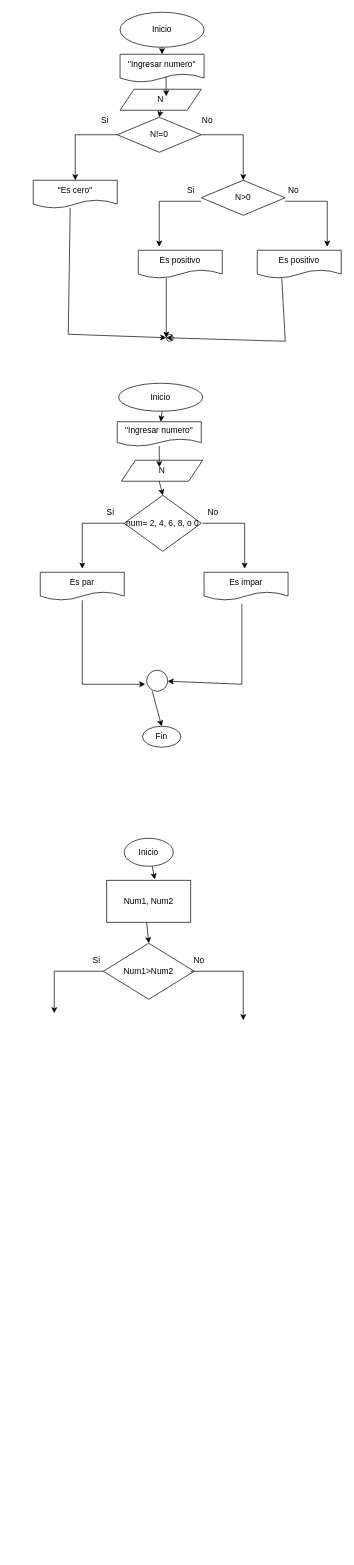
Above: Diagrama sin título.drawio in CarlosEduardoRdz/METPROG (draw.io), before the change. Source tidied: cells renumbered, new cells numbered last; positions are measured from the earlier drawing's top-left corner, leaving out a move shared by most shapes. Both pictures are drawn from the tidied source at 70%, with x=0, y=0 at pixel (33, 12).
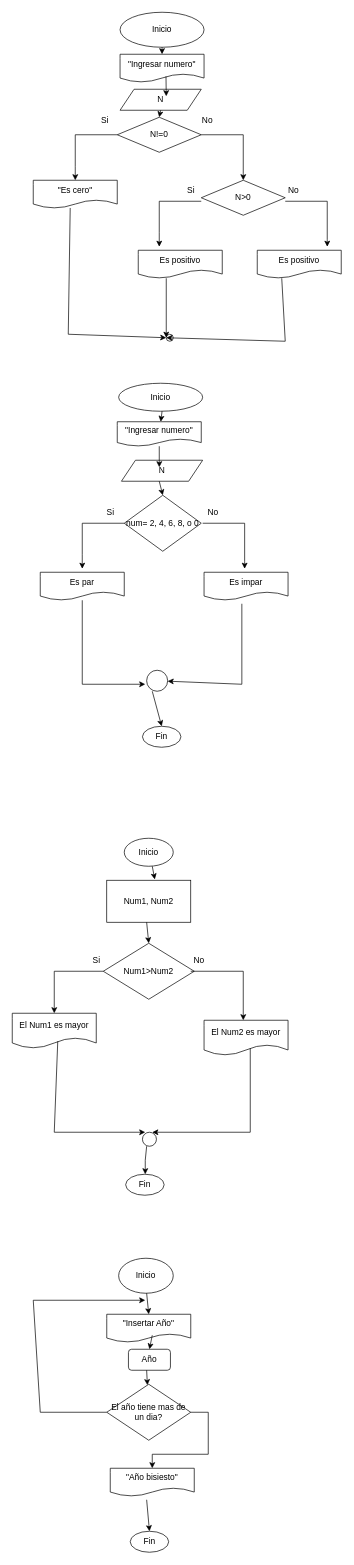
The same page after the edit.

The edit, as a diff of the source:
```diff
@@
+    <mxCell id="48" value="El Num1 es mayor" style="shape=document;whiteSpace=wrap;html=1;boundedLbl=1;" parent="1" vertex="1">
+      <mxGeometry x="-30" y="1430" width="120" height="50" as="geometry" />
+    </mxCell>
+    <mxCell id="49" value="El Num2 es mayor" style="shape=document;whiteSpace=wrap;html=1;boundedLbl=1;" parent="1" vertex="1">
+      <mxGeometry x="244" y="1440" width="120" height="50" as="geometry" />
+    </mxCell>
+    <mxCell id="50" style="endArrow=classic;html=1;rounded=0;" parent="1" edge="1">
+      <mxGeometry relative="1" as="geometry">
+        <mxPoint x="35" y="1470" as="sourcePoint" />
+        <mxPoint x="160" y="1600" as="targetPoint" />
+        <Array as="points">
+          <mxPoint x="30" y="1600" />
+        </Array>
+      </mxGeometry>
+    </mxCell>
+    <mxCell id="51" style="endArrow=classic;html=1;rounded=0;" parent="1" edge="1">
+      <mxGeometry relative="1" as="geometry">
+        <mxPoint x="310" y="1480" as="sourcePoint" />
+        <mxPoint x="170" y="1600" as="targetPoint" />
+        <Array as="points">
+          <mxPoint x="310" y="1600" />
+        </Array>
+      </mxGeometry>
+    </mxCell>
+    <mxCell id="52" style="endArrow=classic;html=1;rounded=0;" parent="1" edge="1">
+      <mxGeometry relative="1" as="geometry">
+        <mxPoint x="162" y="1620" as="sourcePoint" />
+        <mxPoint x="160" y="1660" as="targetPoint" />
+        <Array as="points">
+          <mxPoint x="160" y="1640" />
+        </Array>
+      </mxGeometry>
+    </mxCell>
+    <mxCell id="53" style="ellipse;whiteSpace=wrap;html=1;" parent="1" vertex="1">
+      <mxGeometry x="156" y="1600" width="20" height="20" as="geometry" />
+    </mxCell>
+    <mxCell id="54" value="Fin" style="ellipse;whiteSpace=wrap;html=1;" parent="1" vertex="1">
+      <mxGeometry x="132" y="1660" width="55" height="30" as="geometry" />
+    </mxCell>
+    <mxCell id="55" value="Inicio" style="ellipse;whiteSpace=wrap;html=1;" parent="1" vertex="1">
+      <mxGeometry x="122" y="1780" width="78" height="50" as="geometry" />
+    </mxCell>
+    <mxCell id="56" value="&quot;Insertar Año&quot;" style="shape=document;whiteSpace=wrap;html=1;boundedLbl=1;" parent="1" vertex="1">
+      <mxGeometry x="105" y="1860" width="120" height="40" as="geometry" />
+    </mxCell>
+    <mxCell id="57" value="El año tiene mas de un dia?" style="rhombus;whiteSpace=wrap;html=1;" parent="1" vertex="1">
+      <mxGeometry x="105" y="1960" width="120" height="80" as="geometry" />
+    </mxCell>
+    <mxCell id="58" value="Año" style="rounded=1;whiteSpace=wrap;html=1;" parent="1" vertex="1">
+      <mxGeometry x="136" y="1910" width="60" height="30" as="geometry" />
+    </mxCell>
+    <mxCell id="59" style="endArrow=classic;html=1;rounded=0;entryX=0.5;entryY=0;entryDx=0;entryDy=0;" parent="1" edge="1" target="56">
+      <mxGeometry relative="1" as="geometry">
+        <mxPoint x="162" y="1830" as="sourcePoint" />
+      </mxGeometry>
+    </mxCell>
+    <mxCell id="60" style="endArrow=classic;html=1;rounded=0;entryX=0.5;entryY=0;entryDx=0;entryDy=0;" parent="1" edge="1" target="58">
+      <mxGeometry relative="1" as="geometry">
+        <mxPoint x="170" y="1890" as="sourcePoint" />
+      </mxGeometry>
+    </mxCell>
+    <mxCell id="61" style="endArrow=classic;html=1;rounded=0;" parent="1" edge="1" target="57">
+      <mxGeometry relative="1" as="geometry">
+        <mxPoint x="162" y="1940" as="sourcePoint" />
+      </mxGeometry>
+    </mxCell>
+    <mxCell id="62" style="endArrow=classic;html=1;rounded=0;" parent="1" edge="1">
+      <mxGeometry relative="1" as="geometry">
+        <mxPoint x="105" y="2000" as="sourcePoint" />
+        <mxPoint x="160" y="1840" as="targetPoint" />
+        <Array as="points">
+          <mxPoint x="10" y="2000" />
+          <mxPoint y="1840" />
+        </Array>
+      </mxGeometry>
+    </mxCell>
+    <mxCell id="63" style="endArrow=classic;html=1;rounded=0;" parent="1" edge="1">
+      <mxGeometry relative="1" as="geometry">
+        <mxPoint x="225" y="2000" as="sourcePoint" />
+        <mxPoint x="170" y="2080" as="targetPoint" />
+        <Array as="points">
+          <mxPoint x="250" y="2000" />
+          <mxPoint x="250" y="2060" />
+          <mxPoint x="170" y="2060" />
+        </Array>
+      </mxGeometry>
+    </mxCell>
+    <mxCell id="64" value="&quot;Año bisiesto&quot;" style="shape=document;whiteSpace=wrap;html=1;boundedLbl=1;" parent="1" vertex="1">
+      <mxGeometry x="110" y="2080" width="120" height="40" as="geometry" />
+    </mxCell>
+    <mxCell id="65" value="Fin" style="ellipse;whiteSpace=wrap;html=1;" parent="1" vertex="1">
+      <mxGeometry x="138.5" y="2170" width="55" height="30" as="geometry" />
+    </mxCell>
+    <mxCell id="66" style="endArrow=classic;html=1;rounded=0;entryX=0.5;entryY=0;entryDx=0;entryDy=0;" parent="1" edge="1" target="65">
+      <mxGeometry relative="1" as="geometry">
+        <mxPoint x="162" y="2125" as="sourcePoint" />
+      </mxGeometry>
+    </mxCell>
```
